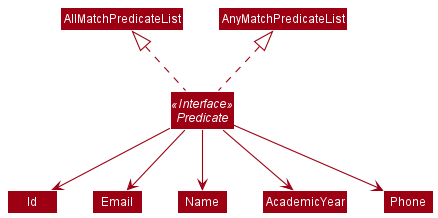
Above: docs/images/PredicateListClassDiagram.png in nus-cs2103-AY2021S1/tp (PlantUML), before the change. Its diagram source:
```plantuml
@startuml
!include style.puml
skinparam arrowThickness 1.1
skinparam arrowColor MODEL_COLOR
skinparam classBackgroundColor MODEL_COLOR

Interface Predicate <<Interface>>
Class AnyMatchPredicateList
Class AllMatchPredicateList
Class Id
Class Email
Class Name
Class AcademicYear
Class Phone

Predicate .up.|> AnyMatchPredicateList
Predicate .up.|> AllMatchPredicateList
Predicate -down-> Name
Predicate -down-> Id
Predicate -down-> Email
Predicate -down-> Phone
Predicate -down-> AcademicYear

@enduml
```
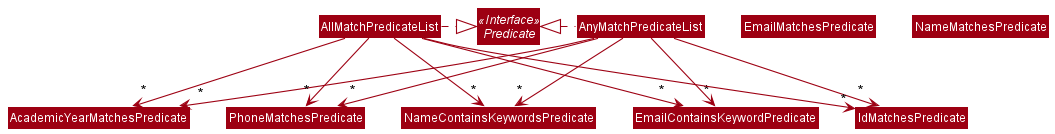
The same file after the commit.

Change to the diagram source:
```diff
@@ -7,18 +7,25 @@
 Interface Predicate <<Interface>>
 Class AnyMatchPredicateList
 Class AllMatchPredicateList
-Class Id
-Class Email
-Class Name
-Class AcademicYear
-Class Phone
+Class IdMatchesPredicate
+Class EmailMatchesPredicate
+Class NameMatchesPredicate
+Class AcademicYearMatchesPredicate
+Class PhoneMatchesPredicate
 
-Predicate .up.|> AnyMatchPredicateList
-Predicate .up.|> AllMatchPredicateList
-Predicate -down-> Name
-Predicate -down-> Id
-Predicate -down-> Email
-Predicate -down-> Phone
-Predicate -down-> AcademicYear
+AnyMatchPredicateList .left.|> Predicate
+AllMatchPredicateList .right.|> Predicate
+
+AnyMatchPredicateList --> "*" NameContainsKeywordsPredicate
+AnyMatchPredicateList --> "*" IdMatchesPredicate
+AnyMatchPredicateList --> "*" EmailContainsKeywordPredicate
+AnyMatchPredicateList --> "*" PhoneMatchesPredicate
+AnyMatchPredicateList --> "*" AcademicYearMatchesPredicate
+
+AllMatchPredicateList --> "*" NameContainsKeywordsPredicate
+AllMatchPredicateList --> "*" IdMatchesPredicate
+AllMatchPredicateList --> "*" EmailContainsKeywordPredicate
+AllMatchPredicateList --> "*" PhoneMatchesPredicate
+AllMatchPredicateList --> "*" AcademicYearMatchesPredicate
 
 @enduml
```
